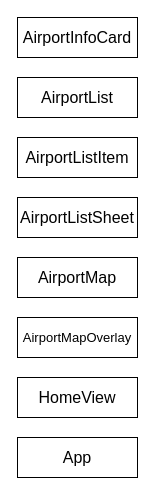
Phixyn/aerophix keeps this draw.io diagram as page "Components" (1 of 3) of docs/diagrams.drawio. Above is the earlier version. Source tidied: cells renumbered, new cells numbered last; positions are measured from the earlier drawing's top-left corner, leaving out a move shared by most shapes. Both pictures are drawn from the tidied source at 100%, with x=0, y=0 at pixel (17, 17).
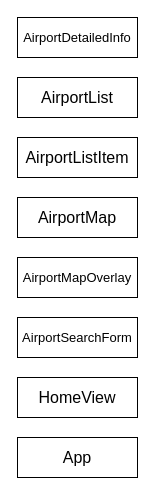
After the change.

Change to the diagram source:
```diff
@@
 <mxGraphModel>
   <root>
     <mxCell id="0" />
     <mxCell id="1" parent="0" />
-    <mxCell id="2" value="&lt;font style=&quot;font-size: 16px&quot;&gt;AirportInfoCard&lt;/font&gt;" style="rounded=0;whiteSpace=wrap;html=1;sketch=0;" parent="1" vertex="1">
-      <mxGeometry width="120" height="40" as="geometry" />
-    </mxCell>
     <mxCell id="3" value="&lt;font style=&quot;font-size: 16px&quot;&gt;AirportList&lt;/font&gt;" style="rounded=0;whiteSpace=wrap;html=1;sketch=0;" parent="1" vertex="1">
       <mxGeometry y="60" width="120" height="40" as="geometry" />
     </mxCell>
     <mxCell id="4" value="&lt;font style=&quot;font-size: 16px&quot;&gt;AirportListItem&lt;/font&gt;" style="rounded=0;whiteSpace=wrap;html=1;sketch=0;" parent="1" vertex="1">
       <mxGeometry y="120" width="120" height="40" as="geometry" />
     </mxCell>
-    <mxCell id="5" value="&lt;font style=&quot;font-size: 16px&quot;&gt;AirportListSheet&lt;/font&gt;" style="rounded=0;whiteSpace=wrap;html=1;sketch=0;" parent="1" vertex="1">
-      <mxGeometry y="180" width="120" height="40" as="geometry" />
-    </mxCell>
     <mxCell id="6" value="&lt;font style=&quot;font-size: 13px;&quot;&gt;AirportMapOverlay&lt;/font&gt;" style="rounded=0;whiteSpace=wrap;html=1;sketch=0;fontSize=13;" parent="1" vertex="1">
-      <mxGeometry y="300" width="120" height="40" as="geometry" />
+      <mxGeometry y="240" width="120" height="40" as="geometry" />
     </mxCell>
     <mxCell id="7" value="&lt;font style=&quot;font-size: 16px&quot;&gt;AirportMap&lt;/font&gt;" style="rounded=0;whiteSpace=wrap;html=1;sketch=0;fontSize=13;" parent="1" vertex="1">
-      <mxGeometry y="240" width="120" height="40" as="geometry" />
+      <mxGeometry y="180" width="120" height="40" as="geometry" />
     </mxCell>
     <mxCell id="8" value="&lt;font style=&quot;font-size: 16px&quot;&gt;HomeView&lt;/font&gt;" style="rounded=0;whiteSpace=wrap;html=1;sketch=0;fontSize=13;" parent="1" vertex="1">
       <mxGeometry y="360" width="120" height="40" as="geometry" />
     </mxCell>
     <mxCell id="9" value="&lt;font style=&quot;font-size: 16px&quot;&gt;App&lt;/font&gt;" style="rounded=0;whiteSpace=wrap;html=1;sketch=0;fontSize=13;" parent="1" vertex="1">
       <mxGeometry y="420" width="120" height="40" as="geometry" />
     </mxCell>
+    <mxCell id="10" value="&lt;font style=&quot;font-size: 13px&quot;&gt;AirportSearchForm&lt;/font&gt;" style="rounded=0;whiteSpace=wrap;html=1;sketch=0;fontSize=13;" parent="1" vertex="1">
+      <mxGeometry y="300" width="120" height="40" as="geometry" />
+    </mxCell>
+    <mxCell id="11" value="&lt;font style=&quot;font-size: 13px&quot;&gt;AirportDetailedInfo&lt;/font&gt;" style="rounded=0;whiteSpace=wrap;html=1;sketch=0;fontSize=13;" parent="1" vertex="1">
+      <mxGeometry width="120" height="40" as="geometry" />
+    </mxCell>
   </root>
 </mxGraphModel>
```
